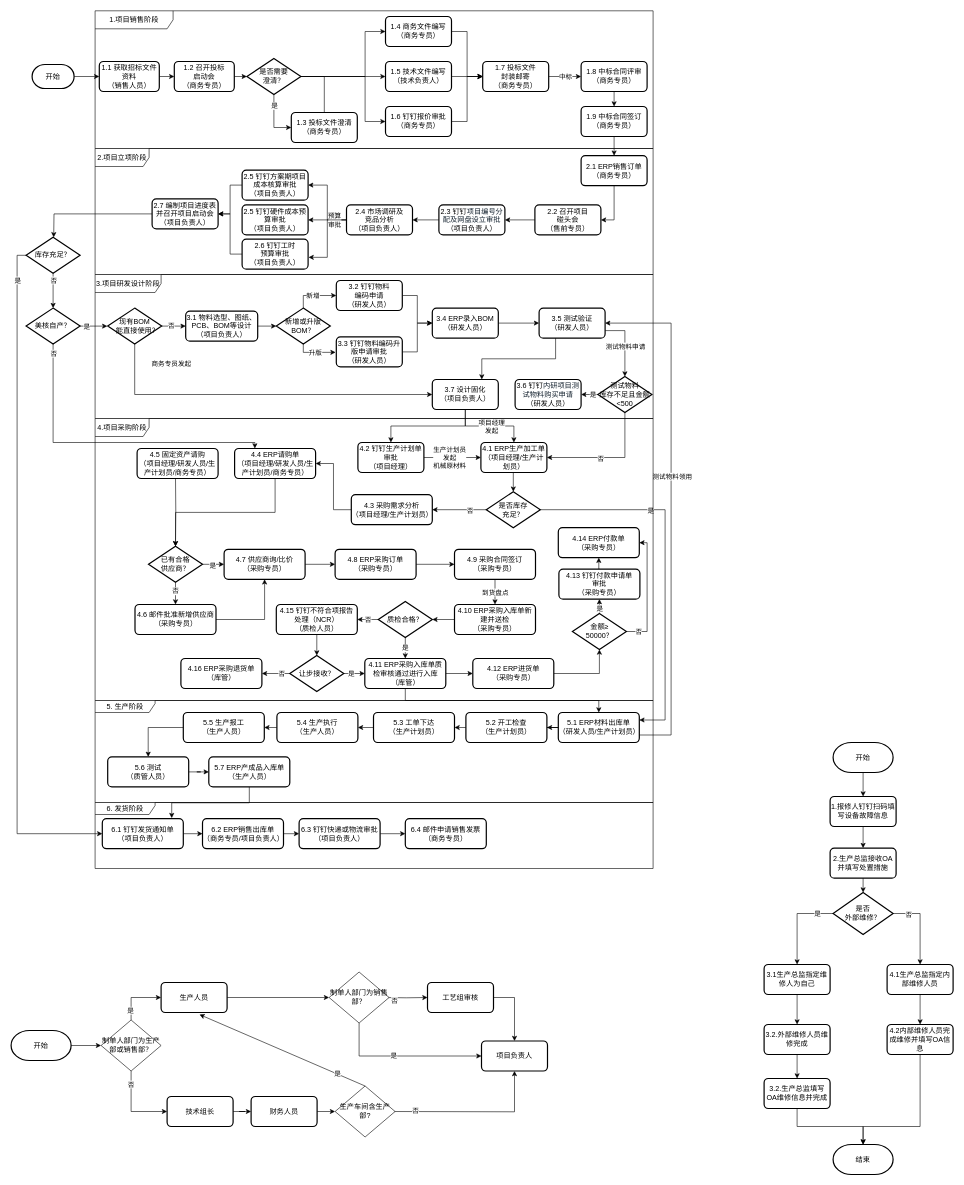
Earlier version of the draw.io diagram 美核电气项目生产采购流程图.drawio (eltweiyao/app-diagrams). Source tidied: cells renumbered, new cells numbered last; positions are measured from the earlier drawing's top-left corner, leaving out a move shared by most shapes. Both pictures are drawn from the tidied source at 60%, with x=0, y=0 at pixel (11, 10).
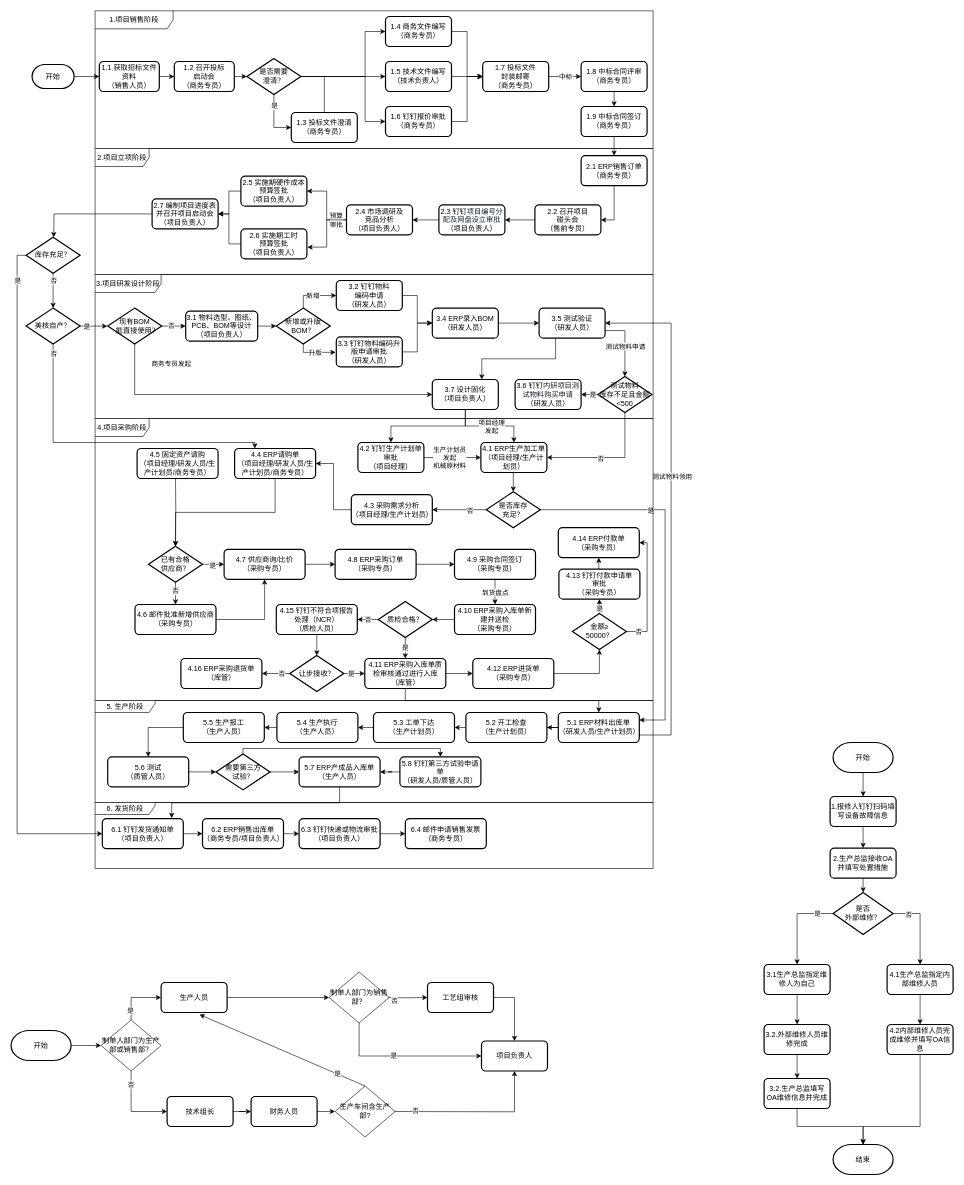
The same page after the edit.

Commit message:
更新美核电气项目生产采购流程图.drawio

The change refers to these unchanged cells:
```xml
<mxCell id="26" value="2.4 市场调研及&lt;br&gt;竞品分析&lt;br&gt;（项目负责人）" style="rounded=1;whiteSpace=wrap;html=1;absoluteArcSize=1;arcSize=14;strokeWidth=2;" parent="1" vertex="1">
  <mxGeometry x="559" y="324" width="110" height="50" as="geometry" />
</mxCell>
<mxCell id="35" value="2.7 编制项目进度表并召开项目启动会&lt;br&gt;（项目负责人）" style="rounded=1;whiteSpace=wrap;html=1;absoluteArcSize=1;arcSize=14;strokeWidth=2;" parent="1" vertex="1">
  <mxGeometry x="235" y="314" width="110" height="50" as="geometry" />
</mxCell>
<mxCell id="143" value="5.6 测试&lt;br&gt;（质管人员）" style="rounded=1;whiteSpace=wrap;html=1;absoluteArcSize=1;arcSize=14;strokeWidth=2;" parent="1" vertex="1">
  <mxGeometry x="161" y="1244" width="135" height="50" as="geometry" />
</mxCell>
```

Diff of the diagram source:
```diff
@@
-    <mxCell id="25" style="edgeStyle=orthogonalEdgeStyle;rounded=0;jettySize=auto;html=1;exitX=0;exitY=0.5;exitDx=0;exitDy=0;entryX=1;entryY=0.5;entryDx=0;entryDy=0;" parent="1" edge="1" source="26" target="37">
-      <mxGeometry relative="1" as="geometry" />
-    </mxCell>
@@
-    <mxCell id="36" style="edgeStyle=orthogonalEdgeStyle;rounded=0;jettySize=auto;html=1;exitX=0;exitY=0.5;exitDx=0;exitDy=0;entryX=1;entryY=0.5;entryDx=0;entryDy=0;" parent="1" edge="1" source="37" target="35">
-      <mxGeometry relative="1" as="geometry" />
-    </mxCell>
-    <mxCell id="37" value="2.5 钉钉方案期项目成本核算审批&lt;br&gt;（项目负责人）" style="rounded=1;whiteSpace=wrap;html=1;absoluteArcSize=1;arcSize=14;strokeWidth=2;" parent="1" vertex="1">
-      <mxGeometry x="385" y="266" width="110" height="50" as="geometry" />
-    </mxCell>
     <mxCell id="38" style="edgeStyle=orthogonalEdgeStyle;rounded=0;jettySize=auto;html=1;exitX=0;exitY=0.5;exitDx=0;exitDy=0;entryX=1;entryY=0.5;entryDx=0;entryDy=0;" parent="1" edge="1" source="39" target="35">
-      <mxGeometry relative="1" as="geometry" />
+      <mxGeometry relative="1" as="geometry">
+        <Array as="points">
+          <mxPoint x="363" y="389" />
+          <mxPoint x="363" y="339" />
+        </Array>
+      </mxGeometry>
     </mxCell>
-    <mxCell id="39" value="2.6 钉钉工时&lt;br&gt;预算审批&lt;br&gt;（项目负责人）" style="rounded=1;whiteSpace=wrap;html=1;absoluteArcSize=1;arcSize=14;strokeWidth=2;" parent="1" vertex="1">
-      <mxGeometry x="385" y="381" width="110" height="50" as="geometry" />
+    <mxCell id="39" value="2.6 实施期工时&lt;br&gt;预算签批&lt;br&gt;（项目负责人）" style="rounded=1;whiteSpace=wrap;html=1;absoluteArcSize=1;arcSize=14;strokeWidth=2;" parent="1" vertex="1">
+      <mxGeometry x="383" y="364" width="110" height="50" as="geometry" />
     </mxCell>
@@
+    <mxCell id="222" style="edgeStyle=orthogonalEdgeStyle;rounded=0;jettySize=auto;html=1;exitX=0;exitY=0.5;exitDx=0;exitDy=0;entryX=1;entryY=0.5;entryDx=0;entryDy=0;" parent="1" edge="1" source="130" target="35">
+      <mxGeometry relative="1" as="geometry" />
+    </mxCell>
-    <mxCell id="130" value="2.5 钉钉硬件成本预算审批&lt;br&gt;（项目负责人）" style="rounded=1;whiteSpace=wrap;html=1;absoluteArcSize=1;arcSize=14;strokeWidth=2;" parent="1" vertex="1">
-      <mxGeometry x="385" y="324" width="110" height="50" as="geometry" />
+    <mxCell id="130" value="2.5 实施期硬件成本预算签批&lt;br&gt;（项目负责人）" style="rounded=1;whiteSpace=wrap;html=1;absoluteArcSize=1;arcSize=14;strokeWidth=2;" parent="1" vertex="1">
+      <mxGeometry x="383" y="276" width="110" height="50" as="geometry" />
     </mxCell>
@@
-    <mxCell id="142" style="edgeStyle=orthogonalEdgeStyle;rounded=0;jettySize=auto;html=1;exitX=1;exitY=0.5;exitDx=0;exitDy=0;" parent="1" edge="1" source="143" target="147">
-      <mxGeometry relative="1" as="geometry" />
-    </mxCell>
@@
     <mxCell id="147" value="5.7 ERP产成品入库单&lt;br&gt;（生产人员）" style="rounded=1;whiteSpace=wrap;html=1;absoluteArcSize=1;arcSize=14;strokeWidth=2;" parent="1" vertex="1">
-      <mxGeometry x="329.5" y="1244" width="135" height="50" as="geometry" />
+      <mxGeometry x="480" y="1244" width="135" height="50" as="geometry" />
     </mxCell>
@@
+    <mxCell id="223" style="edgeStyle=orthogonalEdgeStyle;rounded=0;jettySize=auto;html=1;exitX=1;exitY=0.5;exitDx=0;exitDy=0;exitPerimeter=0;entryX=0;entryY=0.5;entryDx=0;entryDy=0;" parent="1" edge="1" source="225" target="147">
+      <mxGeometry relative="1" as="geometry" />
+    </mxCell>
+    <mxCell id="224" style="edgeStyle=orthogonalEdgeStyle;rounded=0;jettySize=auto;html=1;exitX=0.5;exitY=0;exitDx=0;exitDy=0;exitPerimeter=0;entryX=0.5;entryY=0;entryDx=0;entryDy=0;" parent="1" edge="1" source="225" target="228">
+      <mxGeometry relative="1" as="geometry">
+        <Array as="points">
+          <mxPoint x="386.5" y="1230" />
+          <mxPoint x="715.5" y="1230" />
+        </Array>
+      </mxGeometry>
+    </mxCell>
+    <mxCell id="225" value="需要第三方&lt;br&gt;试验？" style="strokeWidth=2;html=1;shape=mxgraph.flowchart.decision;whiteSpace=wrap;" parent="1" vertex="1">
+      <mxGeometry x="341.5" y="1239" width="90" height="60" as="geometry" />
+    </mxCell>
@@
+    <mxCell id="226" style="edgeStyle=orthogonalEdgeStyle;rounded=0;jettySize=auto;html=1;exitX=1;exitY=0.5;exitDx=0;exitDy=0;entryX=0;entryY=0.5;entryDx=0;entryDy=0;entryPerimeter=0;" parent="1" edge="1" source="143" target="225">
+      <mxGeometry relative="1" as="geometry" />
+    </mxCell>
@@
+    <mxCell id="227" style="edgeStyle=orthogonalEdgeStyle;rounded=0;jettySize=auto;html=1;exitX=0;exitY=0.5;exitDx=0;exitDy=0;" parent="1" edge="1" source="228" target="147">
+      <mxGeometry relative="1" as="geometry" />
+    </mxCell>
+    <mxCell id="228" value="5.8 钉钉第三方试验申请单&lt;br&gt;（研发人员/质管人员）" style="rounded=1;whiteSpace=wrap;html=1;absoluteArcSize=1;arcSize=14;strokeWidth=2;" parent="1" vertex="1">
+      <mxGeometry x="648" y="1244" width="135" height="50" as="geometry" />
+    </mxCell>
```
